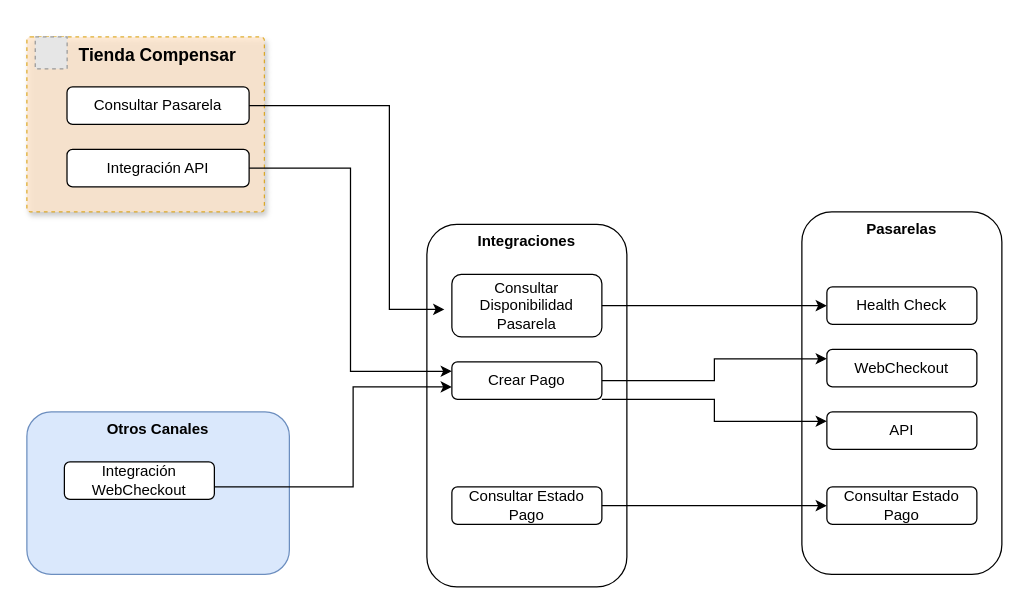
The draw.io diagram page "Page-6" (6 of 6) of PasarelaContingente3.drawio in carlosvalderrama1204/diagrams, before the edit. Source tidied: cells renumbered, new cells numbered last; positions are measured from the earlier drawing's top-left corner, leaving out a move shared by most shapes. Both pictures are drawn from the tidied source at 125%, with x=0, y=0 at pixel (26, 36). Pictures stored in the file or linked from it are replaced by grey dashed boxes.
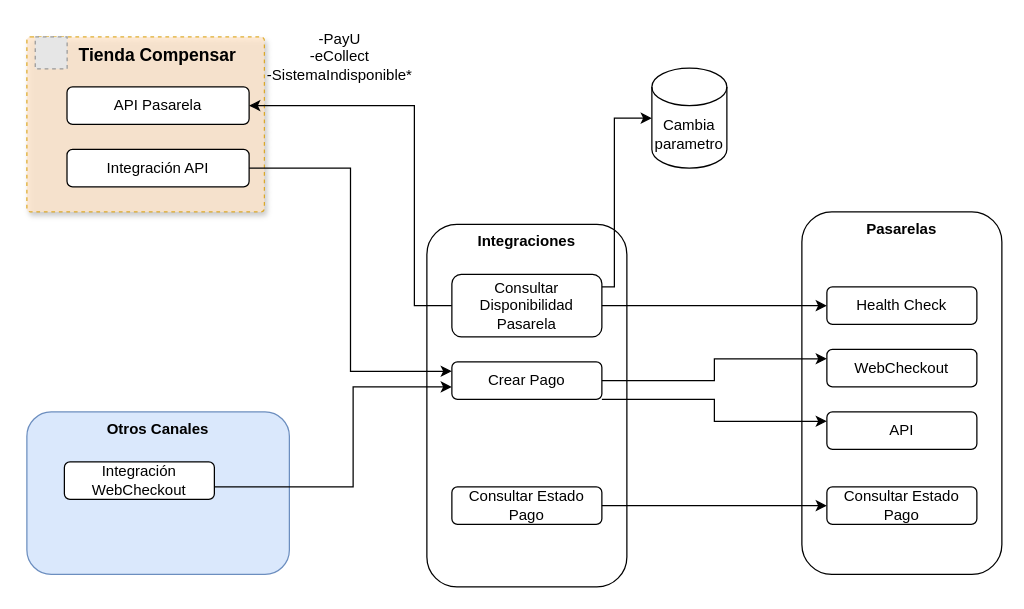
The same diagram, later.

The change refers to these unchanged cells:
```xml
<mxCell id="3" style="group;" parent="1" vertex="1">
  <mxGeometry x="20" width="170" height="140" as="geometry" />
</mxCell>
<mxCell id="13" value="Consultar Disponibilidad Pasarela" style="rounded=1;whiteSpace=wrap;html=1;" parent="1" vertex="1">
  <mxGeometry x="340" y="190" width="120" height="50" as="geometry" />
</mxCell>
```

The edit, as a diff of the source:
```diff
@@
-    <mxCell id="7" value="Consultar Pasarela" style="rounded=1;whiteSpace=wrap;html=1;" parent="3" vertex="1">
+    <mxCell id="7" value="API Pasarela" style="rounded=1;whiteSpace=wrap;html=1;" parent="3" vertex="1">
       <mxGeometry x="12.1" y="40" width="145.7" height="30" as="geometry" />
     </mxCell>
@@
+    <mxCell id="25" style="edgeStyle=orthogonalEdgeStyle;rounded=0;jettySize=auto;html=1;entryX=1;entryY=0.5;entryDx=0;entryDy=0;" parent="1" edge="1" source="13" target="7">
+      <mxGeometry relative="1" as="geometry">
+        <Array as="points">
+          <mxPoint x="310" y="215" />
+          <mxPoint x="310" y="55" />
+        </Array>
+      </mxGeometry>
+    </mxCell>
+    <mxCell id="26" style="edgeStyle=orthogonalEdgeStyle;rounded=0;jettySize=auto;html=1;" parent="1" edge="1" source="13" target="27">
+      <mxGeometry relative="1" as="geometry">
+        <Array as="points">
+          <mxPoint x="470" y="200" />
+          <mxPoint x="470" y="65" />
+        </Array>
+      </mxGeometry>
+    </mxCell>
@@
-    <mxCell id="24" style="edgeStyle=orthogonalEdgeStyle;rounded=0;jettySize=auto;html=1;entryX=-0.05;entryY=0.56;entryDx=0;entryDy=0;entryPerimeter=0;" parent="1" edge="1" source="7" target="13">
-      <mxGeometry relative="1" as="geometry">
-        <Array as="points">
-          <mxPoint x="290" y="55" />
-          <mxPoint x="290" y="218" />
-        </Array>
-      </mxGeometry>
-    </mxCell>
+    <mxCell id="27" value="Cambia parametro" style="shape=cylinder3;whiteSpace=wrap;html=1;boundedLbl=1;backgroundOutline=1;size=15;" parent="1" vertex="1">
+      <mxGeometry x="500" y="25" width="60" height="80" as="geometry" />
+    </mxCell>
+    <mxCell id="28" value="-PayU&lt;div&gt;-eCollect&lt;/div&gt;&lt;div&gt;-SistemaIndisponible*&lt;/div&gt;&lt;div&gt;&lt;br&gt;&lt;/div&gt;" style="text;html=1;align=center;verticalAlign=middle;strokeColor=none;fillColor=none;" parent="1" vertex="1">
+      <mxGeometry x="180" y="-12" width="140" height="70" as="geometry" />
+    </mxCell>
```
